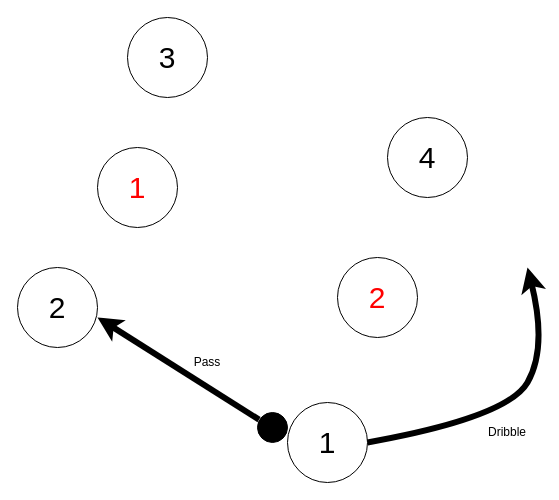
The draw.io diagram tutorial_actionchain_1.drawio in SuperTikuwa/drawio, before the edit. Source tidied: cells renumbered, new cells numbered last; positions are measured from the earlier drawing's top-left corner, leaving out a move shared by most shapes. Both pictures are drawn from the tidied source at 100%, with x=0, y=0 at pixel (17, 17).
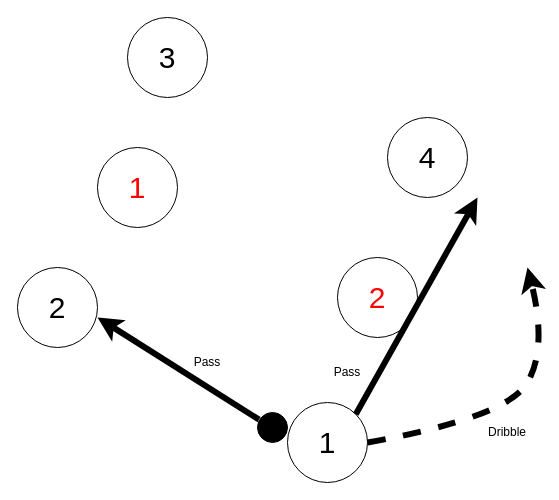
The same page after the edit.

Commit message:
tutorial_actionchain_1.drawio を更新します

What changed in the source:
```diff
@@
 <mxGraphModel>
   <root>
     <mxCell id="0" />
     <mxCell id="1" parent="0" />
     <mxCell id="2" style="ellipse;whiteSpace=wrap;html=1;fillColor=#000000;" parent="1" vertex="1">
       <mxGeometry x="240" y="395" width="30" height="30" as="geometry" />
     </mxCell>
     <mxCell id="3" value="&lt;font style=&quot;font-size: 30px;&quot;&gt;1&lt;/font&gt;" style="ellipse;whiteSpace=wrap;html=1;" parent="1" vertex="1">
       <mxGeometry x="270" y="385" width="80" height="80" as="geometry" />
     </mxCell>
     <mxCell id="4" value="&lt;font color=&quot;#ff0000&quot; style=&quot;font-size: 30px;&quot;&gt;1&lt;/font&gt;" style="ellipse;whiteSpace=wrap;html=1;fillColor=#FFFFFF;" parent="1" vertex="1">
       <mxGeometry x="80" y="130" width="80" height="80" as="geometry" />
     </mxCell>
     <mxCell id="5" value="&lt;font style=&quot;font-size: 30px;&quot;&gt;2&lt;/font&gt;" style="ellipse;whiteSpace=wrap;html=1;" parent="1" vertex="1">
       <mxGeometry y="250" width="80" height="80" as="geometry" />
     </mxCell>
     <mxCell id="6" style="edgeStyle=orthogonalEdgeStyle;rounded=0;orthogonalLoop=1;jettySize=auto;html=1;exitX=1;exitY=0.5;exitDx=0;exitDy=0;entryX=0;entryY=0;entryDx=0;entryDy=0;fontSize=30;fontColor=#FF0000;" parent="1" edge="1" source="2" target="2">
       <mxGeometry relative="1" as="geometry" />
     </mxCell>
     <mxCell id="7" value="&lt;span style=&quot;font-size: 30px;&quot;&gt;3&lt;/span&gt;" style="ellipse;whiteSpace=wrap;html=1;" parent="1" vertex="1">
       <mxGeometry x="110" width="80" height="80" as="geometry" />
     </mxCell>
     <mxCell id="8" value="&lt;font style=&quot;font-size: 30px;&quot;&gt;4&lt;/font&gt;" style="ellipse;whiteSpace=wrap;html=1;" parent="1" vertex="1">
       <mxGeometry x="370" y="100" width="80" height="80" as="geometry" />
     </mxCell>
     <mxCell id="9" value="&lt;font color=&quot;#ff0000&quot; style=&quot;font-size: 30px;&quot;&gt;2&lt;/font&gt;" style="ellipse;whiteSpace=wrap;html=1;fillColor=#FFFFFF;" parent="1" vertex="1">
       <mxGeometry x="320" y="240" width="80" height="80" as="geometry" />
     </mxCell>
     <mxCell id="10" style="endArrow=classic;html=1;rounded=0;exitX=0.052;exitY=0.237;exitDx=0;exitDy=0;exitPerimeter=0;entryX=1;entryY=0.625;entryDx=0;entryDy=0;entryPerimeter=0;strokeWidth=6;" parent="1" edge="1" source="2" target="5">
       <mxGeometry relative="1" as="geometry" />
     </mxCell>
-    <mxCell id="11" style="curved=1;endArrow=classic;html=1;rounded=0;strokeWidth=6;" parent="1" edge="1">
+    <mxCell id="11" style="curved=1;endArrow=classic;html=1;rounded=0;strokeWidth=6;dashed=1;" parent="1" edge="1">
       <mxGeometry relative="1" as="geometry">
         <mxPoint x="350" y="425" as="sourcePoint" />
         <mxPoint x="510" y="250" as="targetPoint" />
         <Array as="points">
           <mxPoint x="490" y="400" />
           <mxPoint x="530" y="330" />
         </Array>
       </mxGeometry>
     </mxCell>
     <mxCell id="12" value="Pass" style="text;html=1;strokeColor=none;fillColor=none;align=center;verticalAlign=middle;whiteSpace=wrap;rounded=0;" parent="1" vertex="1">
       <mxGeometry x="160" y="330" width="60" height="30" as="geometry" />
     </mxCell>
     <mxCell id="13" value="Dribble" style="text;html=1;strokeColor=none;fillColor=none;align=center;verticalAlign=middle;whiteSpace=wrap;rounded=0;" parent="1" vertex="1">
       <mxGeometry x="460" y="400" width="60" height="30" as="geometry" />
     </mxCell>
+    <mxCell id="14" style="endArrow=classic;html=1;rounded=0;exitX=1;exitY=0;exitDx=0;exitDy=0;strokeWidth=6;" parent="1" edge="1" source="3">
+      <mxGeometry relative="1" as="geometry">
+        <mxPoint x="460" y="180" as="targetPoint" />
+      </mxGeometry>
+    </mxCell>
+    <mxCell id="15" value="Pass" style="text;html=1;strokeColor=none;fillColor=none;align=center;verticalAlign=middle;whiteSpace=wrap;rounded=0;" parent="1" vertex="1">
+      <mxGeometry x="300" y="340" width="60" height="30" as="geometry" />
+    </mxCell>
   </root>
 </mxGraphModel>
```
